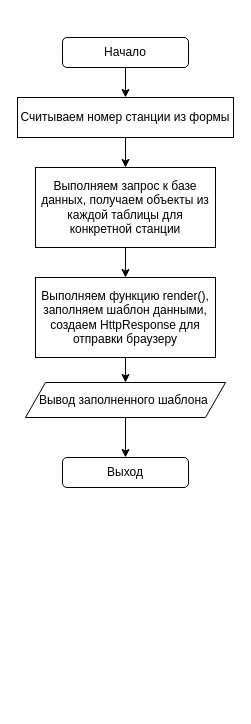
Above: Numb.drawio in Sofya99/Diplom (draw.io), before the change. Source tidied: cells renumbered, new cells numbered last; positions are measured from the earlier drawing's top-left corner, leaving out a move shared by most shapes. Both pictures are drawn from the tidied source at 100%, with x=0, y=0 at pixel (17, 37).
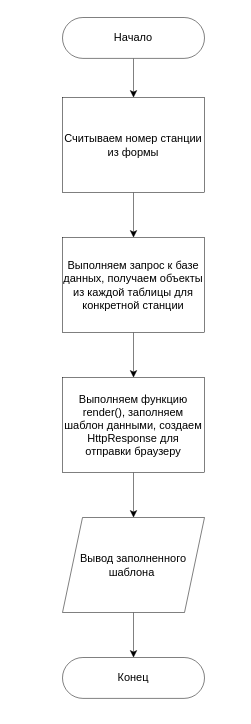
Above is the later version.

Diff of the diagram source:
```diff
@@
 <mxGraphModel>
   <root>
     <mxCell id="0" />
     <mxCell id="1" parent="0" />
+    <mxCell id="14" style="edgeStyle=orthogonalEdgeStyle;rounded=0;jettySize=auto;html=1;exitX=0.5;exitY=1;exitDx=0;exitDy=0;entryX=0.5;entryY=0;entryDx=0;entryDy=0;fontSize=11;strokeWidth=0.5;" parent="1" edge="1" source="2" target="3">
+      <mxGeometry relative="1" as="geometry" />
+    </mxCell>
-    <mxCell id="2" value="Начало" style="rounded=1;whiteSpace=wrap;html=1;" parent="1" vertex="1">
-      <mxGeometry x="45" width="126" height="30" as="geometry" />
+    <mxCell id="2" value="Начало" style="rounded=1;whiteSpace=wrap;html=1;fontSize=11;strokeWidth=0.5;arcSize=50;" parent="1" vertex="1">
+      <mxGeometry x="45" y="-20" width="142" height="40.9" as="geometry" />
     </mxCell>
+    <mxCell id="8" style="edgeStyle=orthogonalEdgeStyle;rounded=0;jettySize=auto;html=1;exitX=0.5;exitY=1;exitDx=0;exitDy=0;entryX=0.5;entryY=0;entryDx=0;entryDy=0;fontSize=11;strokeWidth=0.5;" parent="1" edge="1" source="3" target="7">
+      <mxGeometry relative="1" as="geometry" />
+    </mxCell>
-    <mxCell id="3" value="Считываем номер станции из формы" style="rounded=0;whiteSpace=wrap;html=1;" parent="1" vertex="1">
-      <mxGeometry y="60" width="216" height="40" as="geometry" />
+    <mxCell id="3" value="Считываем номер станции из формы" style="rounded=0;whiteSpace=wrap;html=1;fontSize=11;strokeWidth=0.5;" parent="1" vertex="1">
+      <mxGeometry x="45" y="60" width="142" height="95" as="geometry" />
     </mxCell>
-    <mxCell id="4" value="Выход" style="rounded=1;whiteSpace=wrap;html=1;" parent="1" vertex="1">
-      <mxGeometry x="45" y="420" width="126" height="30" as="geometry" />
+    <mxCell id="4" value="Конец" style="rounded=1;whiteSpace=wrap;html=1;fontSize=11;strokeWidth=0.5;arcSize=50;" parent="1" vertex="1">
+      <mxGeometry x="45" y="620" width="142" height="40.9" as="geometry" />
     </mxCell>
-    <mxCell id="5" style="endArrow=classic;html=1;exitX=0.5;exitY=1;exitDx=0;exitDy=0;" parent="1" edge="1" source="2">
-      <mxGeometry relative="1" as="geometry">
-        <mxPoint x="108" y="60" as="targetPoint" />
-      </mxGeometry>
-    </mxCell>
-    <mxCell id="6" style="edgeStyle=orthogonalEdgeStyle;rounded=0;jettySize=auto;html=1;exitX=0.5;exitY=1;exitDx=0;exitDy=0;entryX=0.5;entryY=0;entryDx=0;entryDy=0;" parent="1" edge="1" source="7" target="10">
+    <mxCell id="6" style="edgeStyle=orthogonalEdgeStyle;rounded=0;jettySize=auto;html=1;exitX=0.5;exitY=1;exitDx=0;exitDy=0;entryX=0.5;entryY=0;entryDx=0;entryDy=0;fontSize=11;strokeWidth=0.5;" parent="1" edge="1" source="7" target="10">
       <mxGeometry relative="1" as="geometry" />
     </mxCell>
-    <mxCell id="7" value="Выполняем запрос к базе данных, получаем объекты из каждой таблицы для конкретной станции" style="rounded=0;whiteSpace=wrap;html=1;" parent="1" vertex="1">
-      <mxGeometry x="18" y="130" width="180" height="80" as="geometry" />
+    <mxCell id="7" value="Выполняем запрос к базе данных, получаем объекты из каждой таблицы для конкретной станции" style="rounded=0;whiteSpace=wrap;html=1;fontSize=11;strokeWidth=0.5;" parent="1" vertex="1">
+      <mxGeometry x="45" y="200" width="142" height="95" as="geometry" />
     </mxCell>
-    <mxCell id="8" style="endArrow=classic;html=1;exitX=0.5;exitY=1;exitDx=0;exitDy=0;entryX=0.5;entryY=0;entryDx=0;entryDy=0;" parent="1" edge="1" source="3" target="7">
-      <mxGeometry relative="1" as="geometry" />
-    </mxCell>
-    <mxCell id="9" style="edgeStyle=orthogonalEdgeStyle;rounded=0;jettySize=auto;html=1;exitX=0.5;exitY=1;exitDx=0;exitDy=0;entryX=0.5;entryY=0;entryDx=0;entryDy=0;" parent="1" edge="1" source="10" target="12">
+    <mxCell id="9" style="edgeStyle=orthogonalEdgeStyle;rounded=0;jettySize=auto;html=1;exitX=0.5;exitY=1;exitDx=0;exitDy=0;entryX=0.5;entryY=0;entryDx=0;entryDy=0;fontSize=11;strokeWidth=0.5;" parent="1" edge="1" source="10" target="12">
       <mxGeometry relative="1" as="geometry" />
     </mxCell>
-    <mxCell id="10" value="Выполняем функцию render(), заполняем шаблон данными, создаем HttpResponse для отправки браузеру" style="rounded=0;whiteSpace=wrap;html=1;" parent="1" vertex="1">
-      <mxGeometry x="18" y="240" width="180" height="80" as="geometry" />
+    <mxCell id="10" value="Выполняем функцию render(), заполняем шаблон данными, создаем HttpResponse для отправки браузеру" style="rounded=0;whiteSpace=wrap;html=1;fontSize=11;strokeWidth=0.5;" parent="1" vertex="1">
+      <mxGeometry x="45" y="340" width="142" height="95" as="geometry" />
     </mxCell>
-    <mxCell id="11" style="edgeStyle=orthogonalEdgeStyle;rounded=0;jettySize=auto;html=1;exitX=0.5;exitY=1;exitDx=0;exitDy=0;entryX=0.5;entryY=0;entryDx=0;entryDy=0;" parent="1" edge="1" source="12" target="4">
+    <mxCell id="11" style="edgeStyle=orthogonalEdgeStyle;rounded=0;jettySize=auto;html=1;exitX=0.5;exitY=1;exitDx=0;exitDy=0;entryX=0.5;entryY=0;entryDx=0;entryDy=0;fontSize=11;strokeWidth=0.5;" parent="1" edge="1" source="12" target="4">
       <mxGeometry relative="1" as="geometry" />
     </mxCell>
-    <mxCell id="12" value="Вывод заполненного шаблона&amp;nbsp;" style="shape=parallelogram;perimeter=parallelogramPerimeter;whiteSpace=wrap;html=1;fixedSize=1;" parent="1" vertex="1">
-      <mxGeometry x="8" y="345" width="200" height="35" as="geometry" />
+    <mxCell id="12" value="Вывод заполненного шаблона&amp;nbsp;" style="shape=parallelogram;perimeter=parallelogramPerimeter;whiteSpace=wrap;html=1;fixedSize=1;fontSize=11;strokeWidth=0.5;" parent="1" vertex="1">
+      <mxGeometry x="45" y="480" width="142" height="95" as="geometry" />
     </mxCell>
-    <mxCell id="13" style="edgeStyle=orthogonalEdgeStyle;rounded=0;orthogonalLoop=1;jettySize=auto;html=1;exitX=0.5;exitY=1;exitDx=0;exitDy=0;" parent="1" edge="1" source="4" target="4">
+    <mxCell id="13" style="edgeStyle=orthogonalEdgeStyle;rounded=0;orthogonalLoop=1;jettySize=auto;html=1;exitX=0.5;exitY=1;exitDx=0;exitDy=0;fontSize=11;strokeWidth=0.5;" parent="1" edge="1" source="4" target="4">
       <mxGeometry relative="1" as="geometry" />
     </mxCell>
   </root>
 </mxGraphModel>
```
